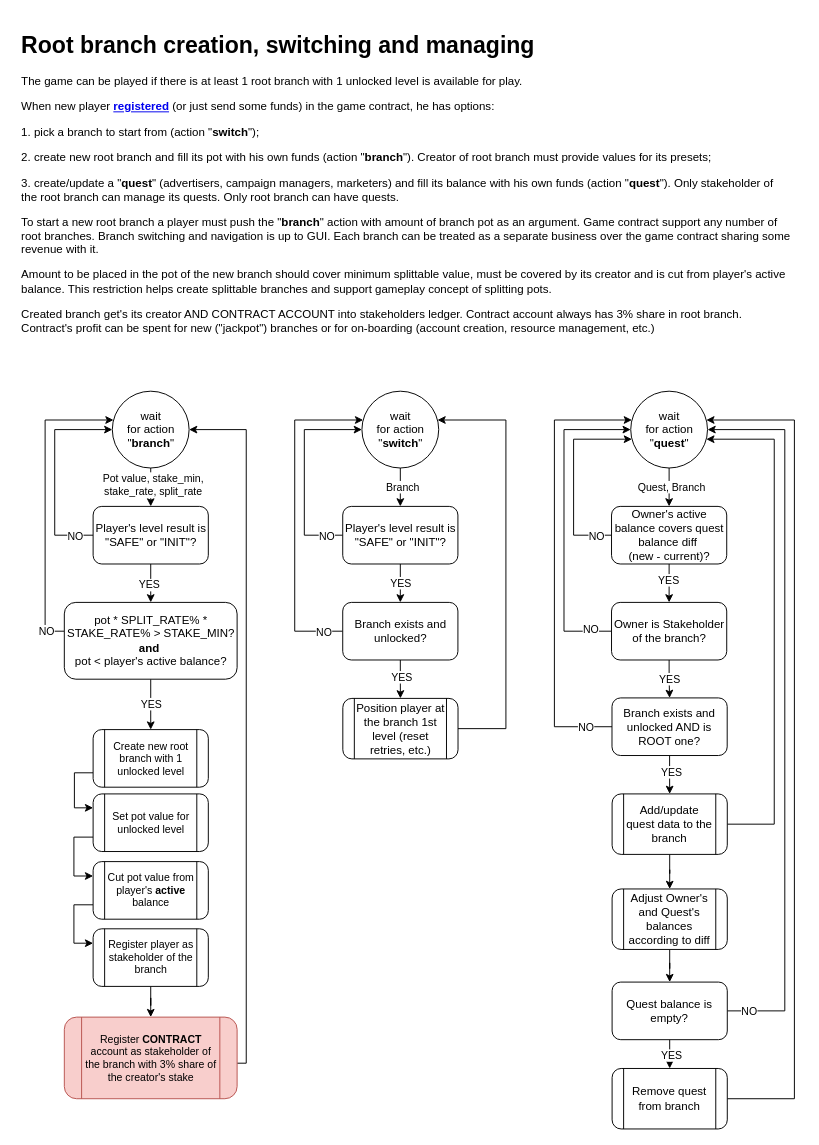
Before: page "branch" (4 of 13) of ia/WOFFLER IA.drawio in cptn-solo/woffler_contract, a draw.io diagram. Source tidied: cells renumbered, new cells numbered last; positions are measured from the earlier drawing's top-left corner, leaving out a move shared by most shapes. Both pictures are drawn from the tidied source at 96%, with x=0, y=0 at pixel (16, 26).
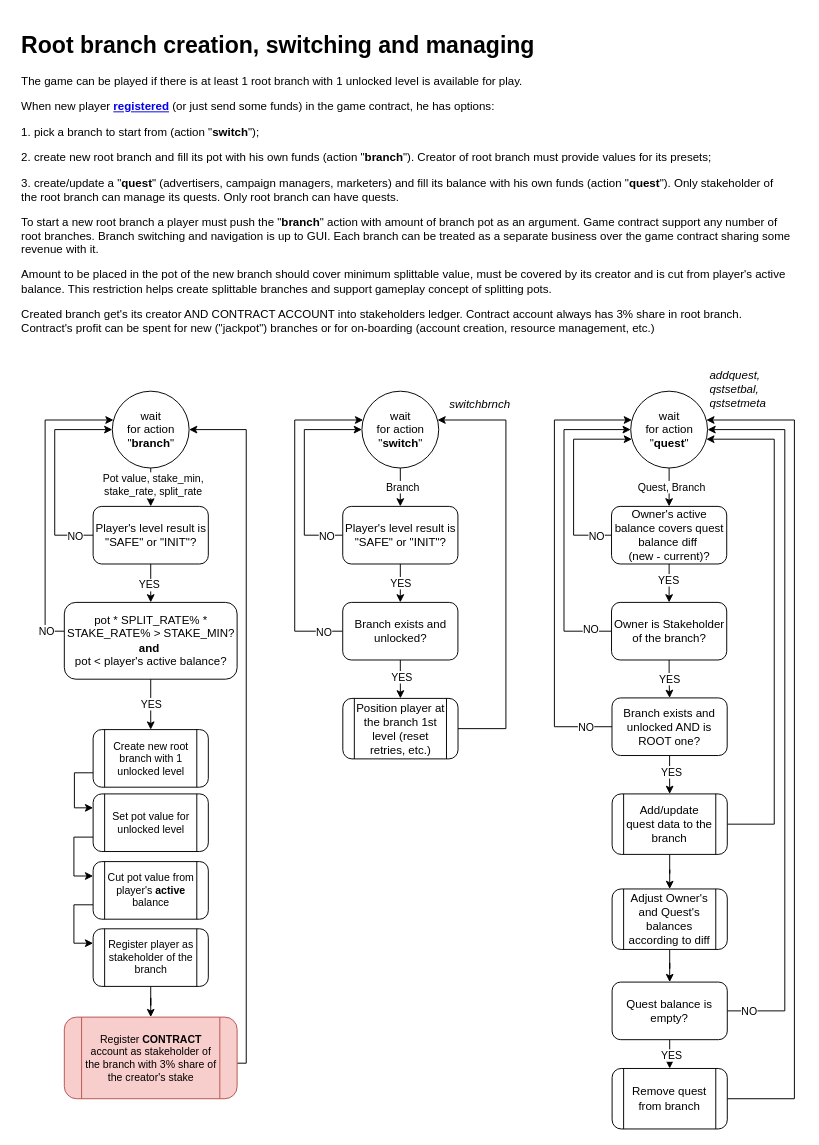
The same diagram, later.

Change to the diagram source:
```diff
@@
+    <mxCell id="67" value="&lt;div&gt;&lt;span&gt;&lt;i&gt;switchbrnch&lt;/i&gt;&lt;/span&gt;&lt;/div&gt;" style="text;html=1;align=left;verticalAlign=top;spacingTop=-4;" parent="1" vertex="1">
+      <mxGeometry x="449" y="384" width="80" height="20" as="geometry" />
+    </mxCell>
+    <mxCell id="68" value="&lt;div&gt;&lt;span&gt;&lt;i&gt;addquest,&amp;nbsp;&lt;/i&gt;&lt;/span&gt;&lt;/div&gt;&lt;div&gt;&lt;span&gt;&lt;i&gt;qstsetbal,&lt;/i&gt;&lt;/span&gt;&lt;/div&gt;&lt;div&gt;&lt;div&gt;&lt;span&gt;&lt;i&gt;qstsetmeta&lt;/i&gt;&lt;/span&gt;&lt;/div&gt;&lt;/div&gt;" style="text;html=1;align=left;verticalAlign=top;spacingTop=-4;" parent="1" vertex="1">
+      <mxGeometry x="719.5" y="354" width="70" height="40" as="geometry" />
+    </mxCell>
```
